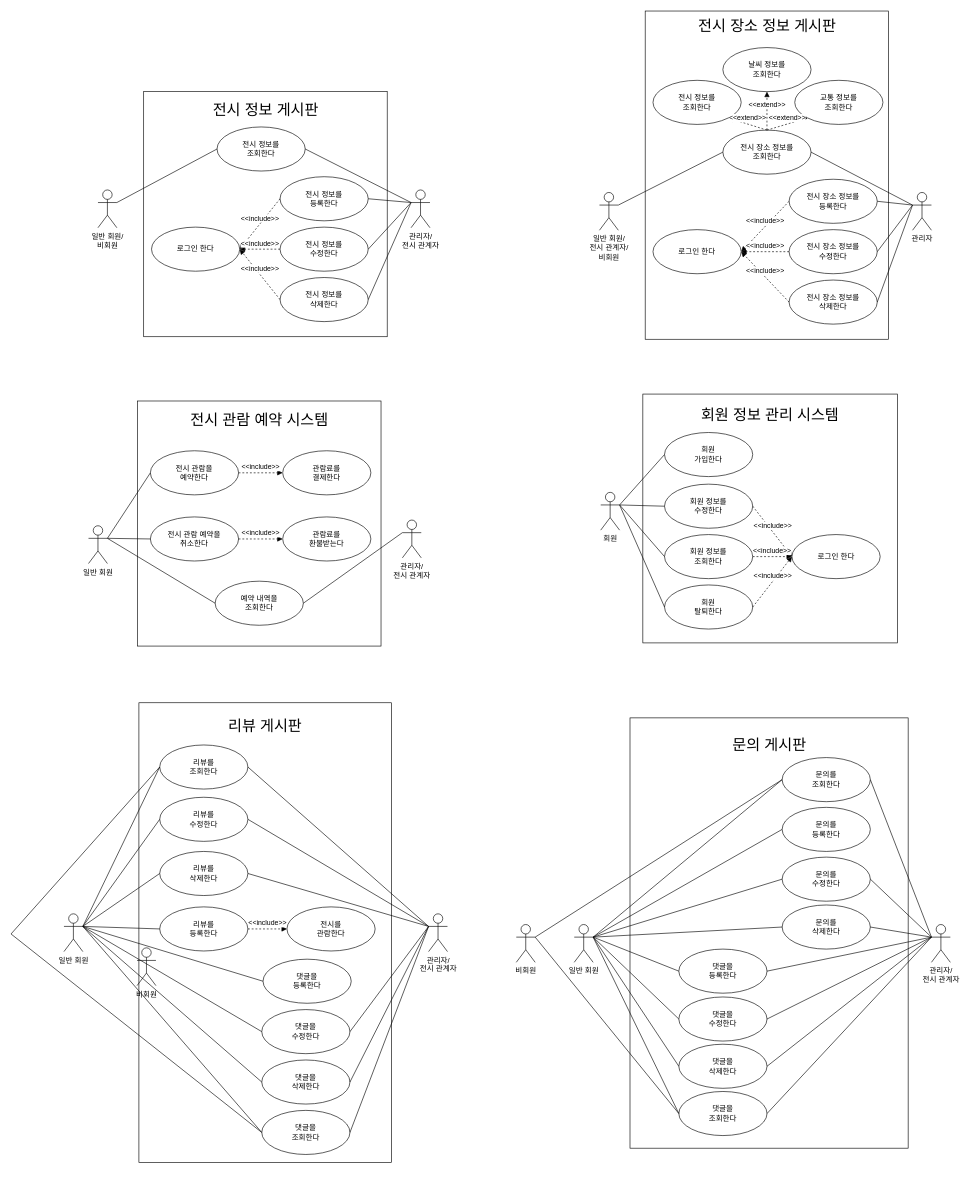
Before: page "페이지-1" (1 of 3) of articketUseCase.drawio in zzzqw59-web/articket_back, a draw.io diagram. Source tidied: cells renumbered, new cells numbered last; positions are measured from the earlier drawing's top-left corner, leaving out a move shared by most shapes. Both pictures are drawn from the tidied source at 63%, with x=0, y=0 at pixel (11, 11).
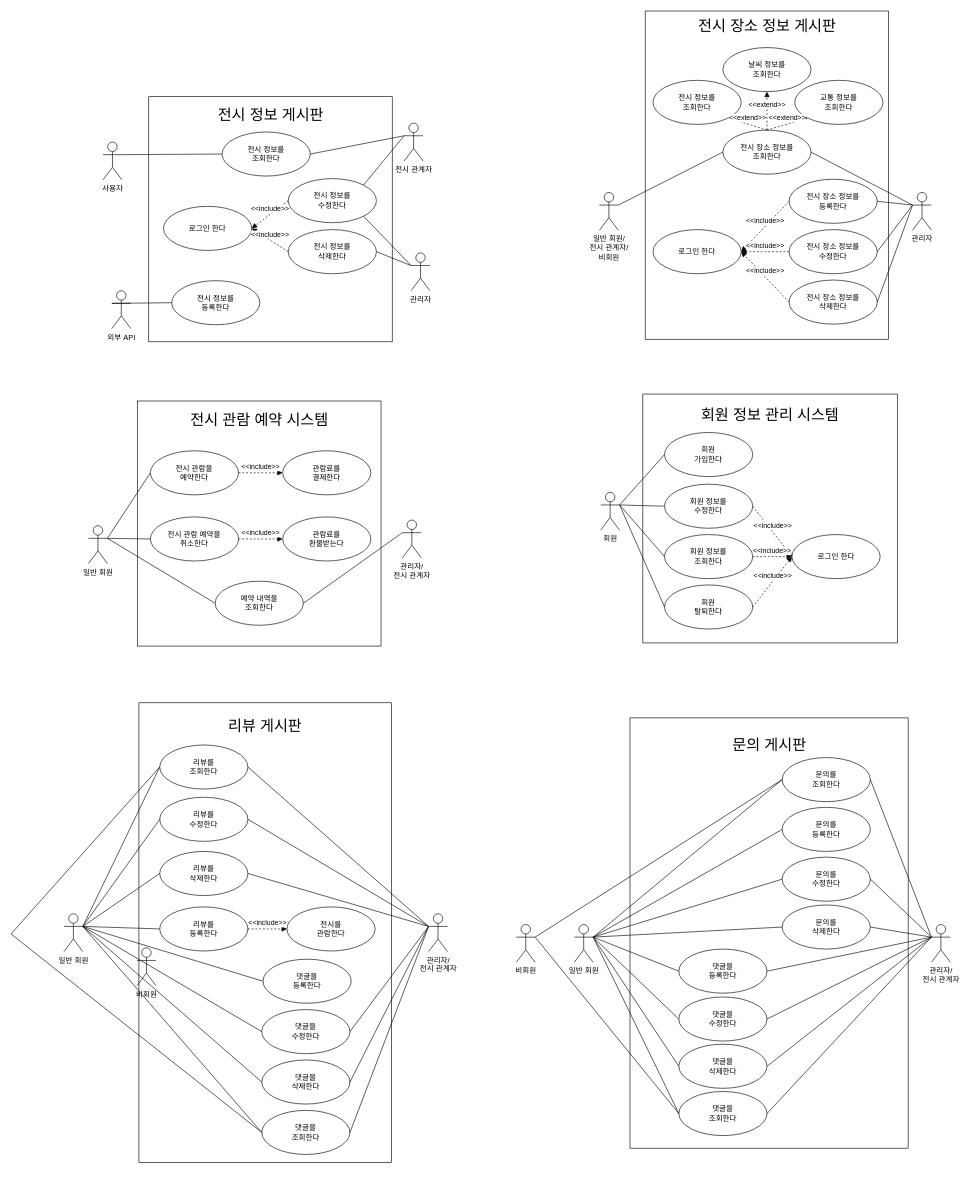
After the change.

Commit message:
articketUseCase.drawio 전시정보 게시판 업데이트

What changed in the source:
```diff
@@
     <mxCell id="93" style="group;" parent="1" vertex="1">
-      <mxGeometry x="138" y="128" width="527" height="389" as="geometry" />
+      <mxGeometry x="146" y="136" width="527" height="389" as="geometry" />
     </mxCell>
@@
-    <mxCell id="95" value="일반 회원/&lt;div&gt;비회원&lt;/div&gt;" style="shape=umlActor;verticalLabelPosition=bottom;verticalAlign=top;html=1;" parent="93" vertex="1">
-      <mxGeometry y="156" width="30" height="60" as="geometry" />
+    <mxCell id="95" value="사용자" style="shape=umlActor;verticalLabelPosition=bottom;verticalAlign=top;html=1;" parent="93" vertex="1">
+      <mxGeometry y="72" width="30" height="60" as="geometry" />
     </mxCell>
-    <mxCell id="96" value="관리자/&lt;div&gt;전시 관계자&lt;/div&gt;" style="shape=umlActor;verticalLabelPosition=bottom;verticalAlign=top;html=1;" parent="93" vertex="1">
-      <mxGeometry x="497" y="156" width="30" height="60" as="geometry" />
+    <mxCell id="96" value="&lt;span style=&quot;background-color: transparent; color: light-dark(rgb(0, 0, 0), rgb(255, 255, 255));&quot;&gt;전시 관계자&lt;/span&gt;" style="shape=umlActor;verticalLabelPosition=bottom;verticalAlign=top;html=1;" parent="93" vertex="1">
+      <mxGeometry x="478" y="42" width="30" height="60" as="geometry" />
     </mxCell>
-    <mxCell id="97" value="전시 정보를&lt;div&gt;등록한다&lt;/div&gt;" style="ellipse;whiteSpace=wrap;html=1;" parent="93" vertex="1">
-      <mxGeometry x="289" y="135" width="140" height="70" as="geometry" />
-    </mxCell>
     <mxCell id="98" value="전시 정보를&lt;div&gt;삭제한다&lt;/div&gt;" style="ellipse;whiteSpace=wrap;html=1;" parent="93" vertex="1">
-      <mxGeometry x="289" y="295" width="140" height="70" as="geometry" />
+      <mxGeometry x="294" y="211" width="140" height="70" as="geometry" />
     </mxCell>
@@
     <mxCell id="100" value="전시 정보를&lt;div&gt;수정한다&lt;/div&gt;" style="ellipse;whiteSpace=wrap;html=1;" parent="93" vertex="1">
-      <mxGeometry x="289" y="215" width="140" height="70" as="geometry" />
+      <mxGeometry x="294" y="130" width="140" height="70" as="geometry" />
     </mxCell>
@@
-    <mxCell id="103" style="endArrow=none;html=1;rounded=0;exitX=1;exitY=0.5;exitDx=0;exitDy=0;entryX=0;entryY=0.3333333333333333;entryDx=0;entryDy=0;entryPerimeter=0;" parent="93" edge="1" source="97" target="96">
-      <mxGeometry relative="1" as="geometry" />
-    </mxCell>
-    <mxCell id="104" style="endArrow=none;html=1;rounded=0;exitX=1;exitY=0.5;exitDx=0;exitDy=0;entryX=0;entryY=0.3333333333333333;entryDx=0;entryDy=0;entryPerimeter=0;" parent="93" edge="1" source="100" target="96">
+    <mxCell id="104" style="endArrow=none;html=1;rounded=0;exitX=1;exitY=0;exitDx=0;exitDy=0;entryX=0;entryY=0.3333333333333333;entryDx=0;entryDy=0;entryPerimeter=0;" parent="93" edge="1" source="100" target="96">
       <mxGeometry relative="1" as="geometry" />
     </mxCell>
-    <mxCell id="105" style="endArrow=none;html=1;rounded=0;exitX=1;exitY=0.5;exitDx=0;exitDy=0;entryX=0;entryY=0.3333333333333333;entryDx=0;entryDy=0;entryPerimeter=0;" parent="93" edge="1" source="98" target="96">
+    <mxCell id="105" style="endArrow=none;html=1;rounded=0;exitX=1;exitY=0.5;exitDx=0;exitDy=0;entryX=0;entryY=0.3333333333333333;entryDx=0;entryDy=0;entryPerimeter=0;" parent="93" edge="1" source="98" target="136">
       <mxGeometry relative="1" as="geometry" />
     </mxCell>
     <mxCell id="106" value="로그인 한다" style="ellipse;whiteSpace=wrap;html=1;" parent="93" vertex="1">
-      <mxGeometry x="85" y="215" width="140" height="70" as="geometry" />
+      <mxGeometry x="96" y="174" width="140" height="70" as="geometry" />
     </mxCell>
-    <mxCell id="107" value="&amp;lt;&amp;lt;include&amp;gt;&amp;gt;" style="html=1;verticalAlign=bottom;endArrow=block;curved=0;rounded=0;dashed=1;entryX=1;entryY=0.5;entryDx=0;entryDy=0;exitX=0;exitY=0.5;exitDx=0;exitDy=0;" parent="93" edge="1" source="97" target="106">
-      <mxGeometry relative="1" as="geometry" />
-    </mxCell>
@@
+    <mxCell id="133" value="전시 정보를&lt;div&gt;동록한다&lt;/div&gt;" style="ellipse;whiteSpace=wrap;html=1;" parent="93" vertex="1">
+      <mxGeometry x="109" y="292" width="140" height="70" as="geometry" />
+    </mxCell>
+    <mxCell id="134" value="외부 API" style="shape=umlActor;verticalLabelPosition=bottom;verticalAlign=top;html=1;" parent="93" vertex="1">
+      <mxGeometry x="14" y="308" width="30" height="60" as="geometry" />
+    </mxCell>
+    <mxCell id="135" style="endArrow=none;html=1;rounded=0;entryX=0;entryY=0.5;entryDx=0;entryDy=0;exitX=0;exitY=0.3333333333333333;exitDx=0;exitDy=0;exitPerimeter=0;" parent="93" edge="1" source="134" target="133">
+      <mxGeometry relative="1" as="geometry" />
+    </mxCell>
+    <mxCell id="136" value="&lt;span style=&quot;background-color: transparent; color: light-dark(rgb(0, 0, 0), rgb(255, 255, 255));&quot;&gt;관리자&lt;/span&gt;" style="shape=umlActor;verticalLabelPosition=bottom;verticalAlign=top;html=1;" parent="93" vertex="1">
+      <mxGeometry x="489" y="248" width="30" height="60" as="geometry" />
+    </mxCell>
+    <mxCell id="137" style="endArrow=none;html=1;rounded=0;exitX=1;exitY=1;exitDx=0;exitDy=0;entryX=0;entryY=0.3333333333333333;entryDx=0;entryDy=0;entryPerimeter=0;" parent="93" edge="1" source="100" target="136">
+      <mxGeometry relative="1" as="geometry" />
+    </mxCell>
```
